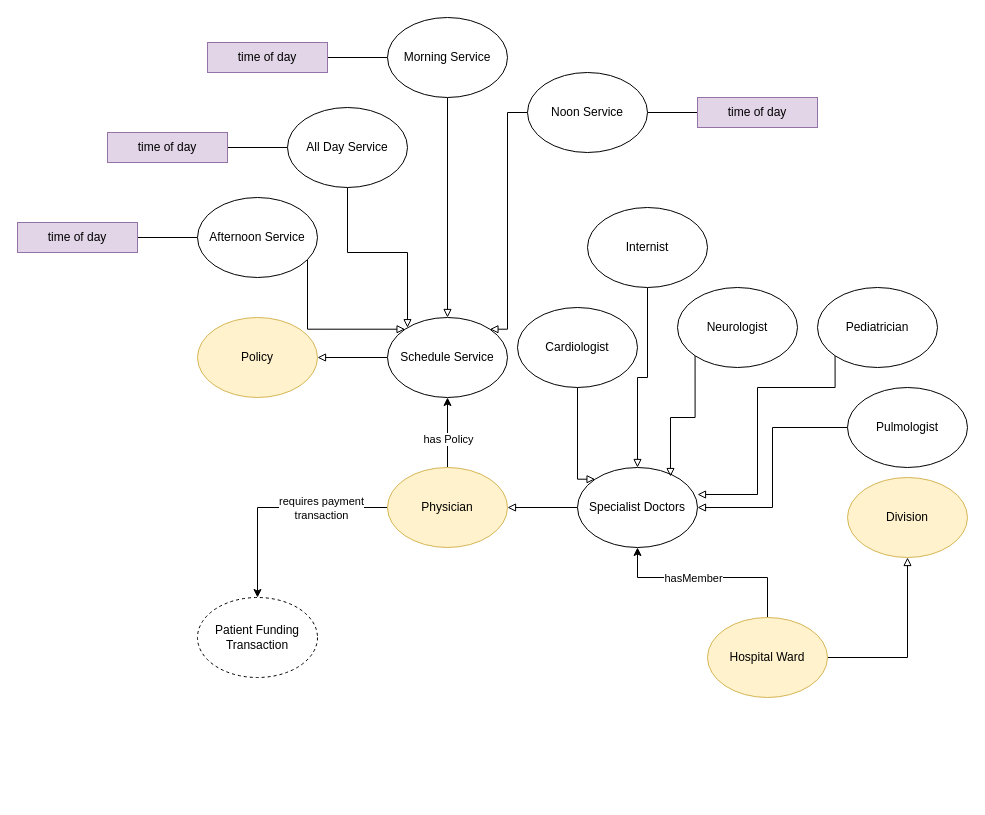
This is page "Members" (3 of 6) of UPdate_ontology_Diagram_3.1.drawio from irhamniali/OGD_health, a draw.io file, before an edit. Source tidied: cells renumbered, new cells numbered last; positions are measured from the earlier drawing's top-left corner, leaving out a move shared by most shapes. Both pictures are drawn from the tidied source at 100%, with x=0, y=0 at pixel (17, 17).
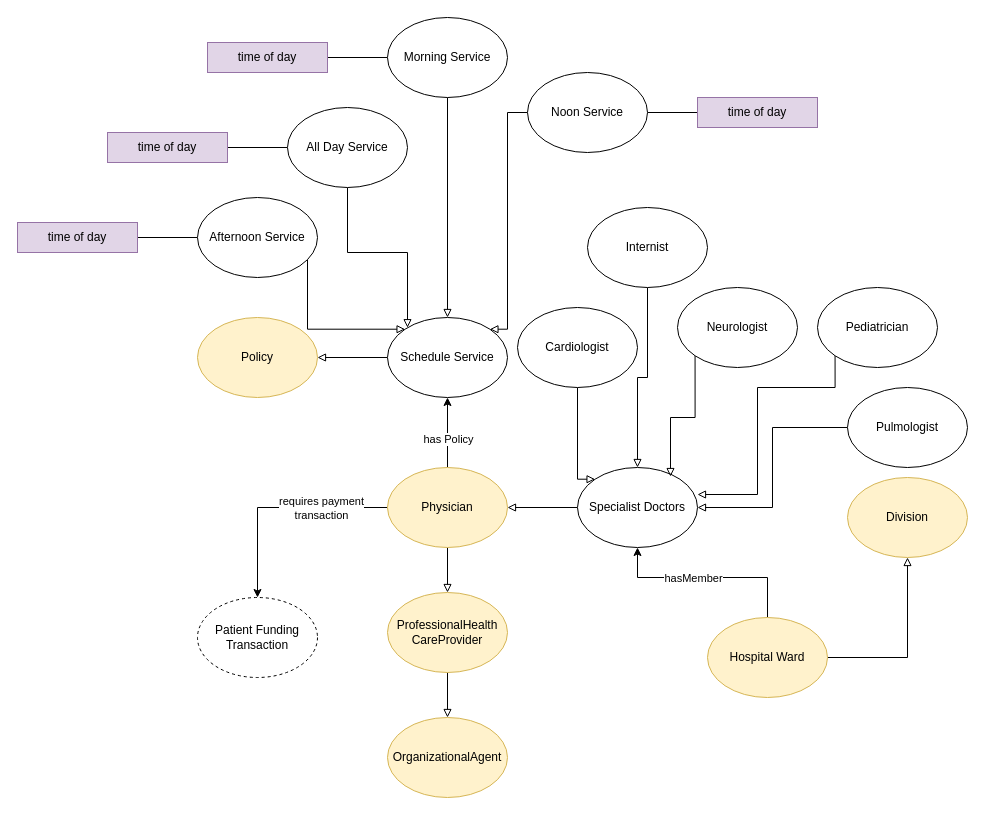
The same diagram, later.

The change refers to these unchanged cells:
```xml
<mxCell id="14" value="Physician" style="ellipse;whiteSpace=wrap;html=1;fillColor=#fff2cc;strokeColor=#d6b656;" parent="1" vertex="1">
  <mxGeometry x="370" y="450" width="120" height="80" as="geometry" />
</mxCell>
```

The edit, as a diff of the source:
```diff
@@
+    <mxCell id="44" style="edgeStyle=orthogonalEdgeStyle;rounded=0;jettySize=auto;html=1;entryX=0.5;entryY=0;entryDx=0;entryDy=0;endArrow=block;endFill=0;" parent="1" edge="1" source="14" target="46">
+      <mxGeometry relative="1" as="geometry" />
+    </mxCell>
@@
+    <mxCell id="45" style="edgeStyle=orthogonalEdgeStyle;rounded=0;jettySize=auto;html=1;entryX=0.5;entryY=0;entryDx=0;entryDy=0;endArrow=block;endFill=0;" parent="1" edge="1" source="46" target="47">
+      <mxGeometry relative="1" as="geometry" />
+    </mxCell>
+    <mxCell id="46" value="ProfessionalHealth&lt;br&gt;CareProvider" style="ellipse;whiteSpace=wrap;html=1;fillColor=#fff2cc;strokeColor=#d6b656;" parent="1" vertex="1">
+      <mxGeometry x="370" y="575" width="120" height="80" as="geometry" />
+    </mxCell>
+    <mxCell id="47" value="OrganizationalAgent" style="ellipse;whiteSpace=wrap;html=1;fillColor=#fff2cc;strokeColor=#d6b656;" parent="1" vertex="1">
+      <mxGeometry x="370" y="700" width="120" height="80" as="geometry" />
+    </mxCell>
```
